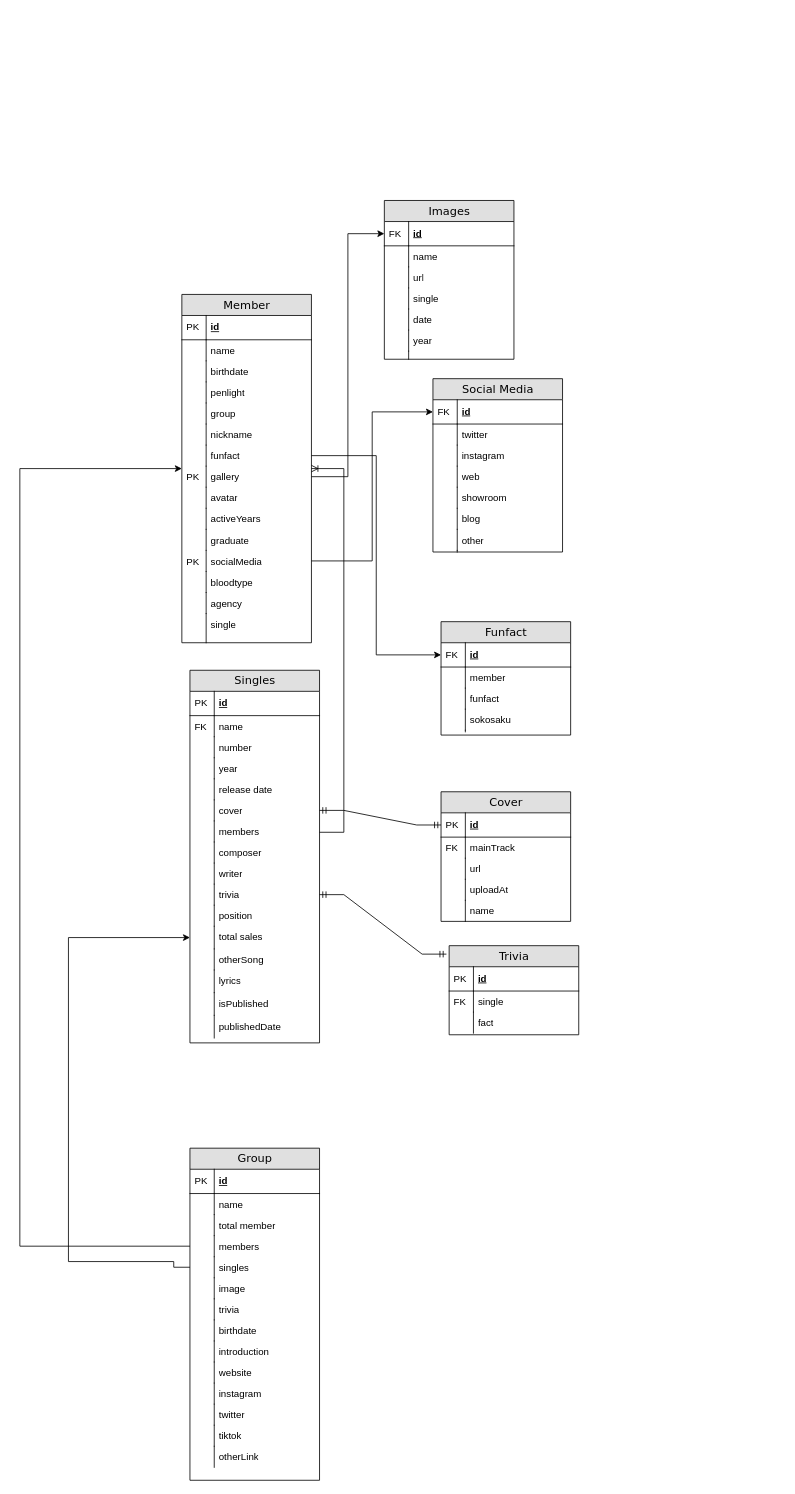
dwissaaj/sakamichi-be keeps this draw.io diagram as assets/Sakamichi ver 2.drawio.xml. Above is the earlier version. Source tidied: cells renumbered, new cells numbered last; positions are measured from the earlier drawing's top-left corner, leaving out a move shared by most shapes. Both pictures are drawn from the tidied source at 81%, with x=0, y=0 at pixel (19, 200).
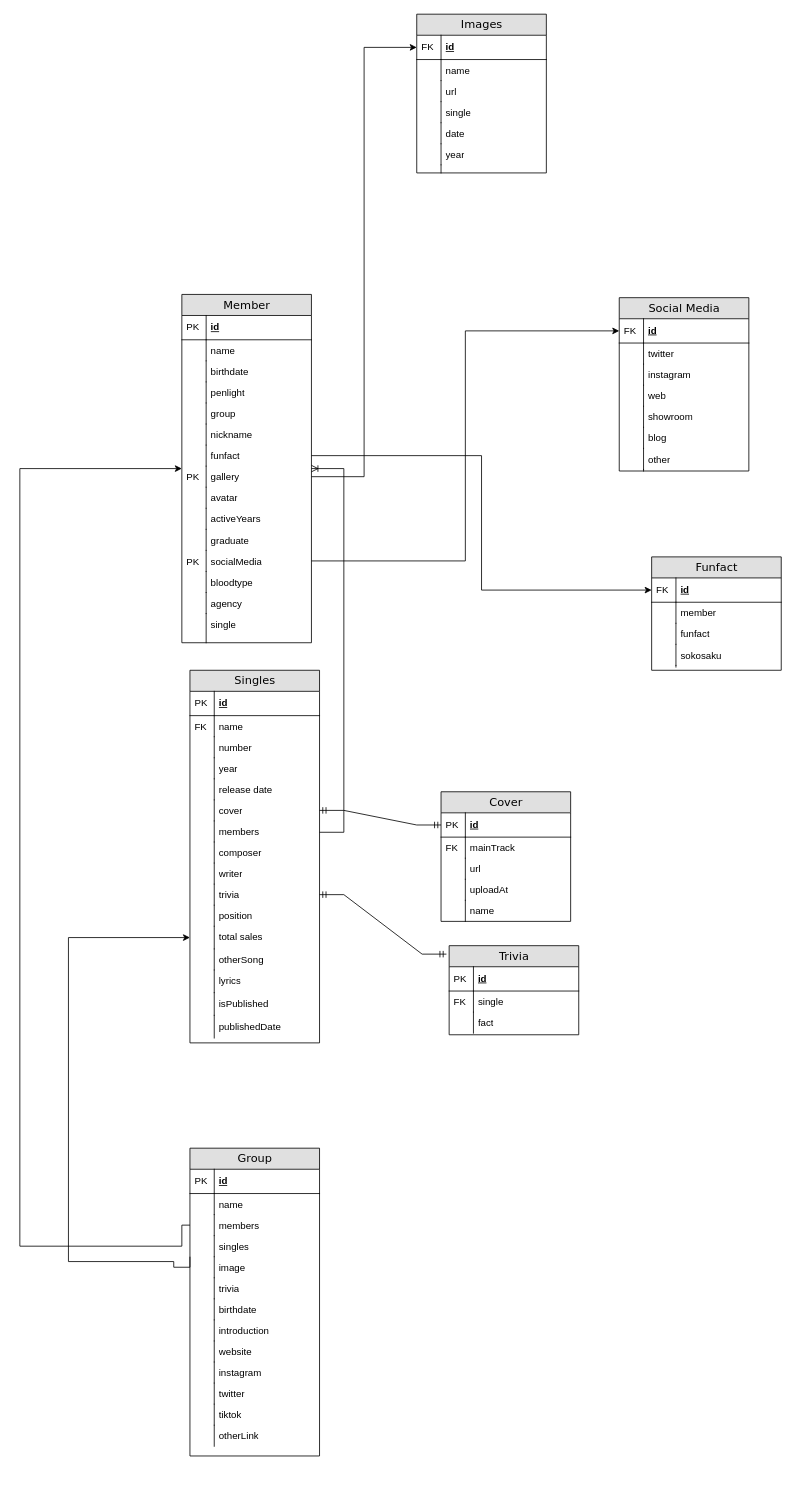
Above is the later version.

The change refers to these unchanged cells:
```xml
<mxCell id="17" value="Member" style="swimlane;html=1;fontStyle=0;horizontal=1;startSize=26;fillColor=#e0e0e0;swimlaneFillColor=#ffffff;align=center;rounded=0;shadow=0;comic=0;labelBackgroundColor=none;strokeWidth=1;fontFamily=Verdana;fontSize=14;" parent="1" vertex="1">
  <mxGeometry x="200" y="116" width="160" height="430" as="geometry" />
</mxCell>
<mxCell id="79" value="Singles" style="swimlane;html=1;fontStyle=0;horizontal=1;startSize=26;fillColor=#e0e0e0;swimlaneFillColor=#ffffff;align=center;rounded=0;shadow=0;comic=0;labelBackgroundColor=none;strokeWidth=1;fontFamily=Verdana;fontSize=14;" parent="1" vertex="1">
  <mxGeometry x="210" y="580" width="160" height="460" as="geometry" />
</mxCell>
```

Change to the diagram source:
```diff
@@
     <mxCell id="2" value="Images" style="swimlane;html=1;fontStyle=0;horizontal=1;startSize=26;fillColor=#e0e0e0;swimlaneFillColor=#ffffff;align=center;rounded=0;shadow=0;comic=0;labelBackgroundColor=none;strokeWidth=1;fontFamily=Verdana;fontSize=14;" parent="1" vertex="1">
-      <mxGeometry x="450" width="160" height="196" as="geometry" />
+      <mxGeometry x="490" y="-230" width="160" height="196" as="geometry" />
     </mxCell>
@@
     <mxCell id="49" value="Social Media" style="swimlane;html=1;fontStyle=0;horizontal=1;startSize=26;fillColor=#e0e0e0;swimlaneFillColor=#ffffff;align=center;rounded=0;shadow=0;comic=0;labelBackgroundColor=none;strokeWidth=1;fontFamily=Verdana;fontSize=14;" parent="1" vertex="1">
-      <mxGeometry x="510" y="220" width="160" height="214" as="geometry" />
+      <mxGeometry x="740" y="120" width="160" height="214" as="geometry" />
     </mxCell>
@@
     <mxCell id="67" value="Funfact" style="swimlane;html=1;fontStyle=0;horizontal=1;startSize=26;fillColor=#e0e0e0;swimlaneFillColor=#ffffff;align=center;rounded=0;shadow=0;comic=0;labelBackgroundColor=none;strokeWidth=1;fontFamily=Verdana;fontSize=14;" parent="1" vertex="1">
-      <mxGeometry x="520" y="520" width="160" height="140" as="geometry" />
+      <mxGeometry x="780" y="440" width="160" height="140" as="geometry" />
     </mxCell>
@@
     <mxCell id="124" value="Group" style="swimlane;html=1;fontStyle=0;horizontal=1;startSize=26;fillColor=#e0e0e0;swimlaneFillColor=#ffffff;align=center;rounded=0;shadow=0;comic=0;labelBackgroundColor=none;strokeWidth=1;fontFamily=Verdana;fontSize=14;" parent="1" vertex="1">
-      <mxGeometry x="210" y="1170" width="160" height="410" as="geometry" />
+      <mxGeometry x="210" y="1170" width="160" height="380" as="geometry" />
     </mxCell>
@@
-    <mxCell id="129" value="total member" style="shape=partialRectangle;top=0;left=0;right=0;bottom=0;html=1;align=left;verticalAlign=top;fillColor=none;spacingLeft=34;spacingRight=4;whiteSpace=wrap;overflow=hidden;" parent="124" vertex="1">
-      <mxGeometry y="82" width="160" height="26" as="geometry" />
-    </mxCell>
-    <mxCell id="130" style="shape=partialRectangle;top=0;left=0;bottom=0;html=1;fillColor=none;align=left;verticalAlign=top;spacingLeft=4;spacingRight=4;whiteSpace=wrap;overflow=hidden;" parent="129" vertex="1">
-      <mxGeometry width="30" height="26" as="geometry" />
-    </mxCell>
     <mxCell id="131" value="members" style="shape=partialRectangle;top=0;left=0;right=0;bottom=0;html=1;align=left;verticalAlign=top;fillColor=none;spacingLeft=34;spacingRight=4;whiteSpace=wrap;overflow=hidden;points=[[0,0.5],[1,0.5]];portConstraint=eastwest;" parent="124" vertex="1">
-      <mxGeometry y="108" width="160" height="26" as="geometry" />
+      <mxGeometry y="82" width="160" height="26" as="geometry" />
     </mxCell>
@@
     <mxCell id="133" value="singles" style="shape=partialRectangle;top=0;left=0;right=0;bottom=0;html=1;align=left;verticalAlign=top;fillColor=none;spacingLeft=34;spacingRight=4;whiteSpace=wrap;overflow=hidden;points=[[0,0.5],[1,0.5]];portConstraint=eastwest;" parent="124" vertex="1">
-      <mxGeometry y="134" width="160" height="26" as="geometry" />
+      <mxGeometry y="108" width="160" height="26" as="geometry" />
     </mxCell>
@@
     <mxCell id="135" value="image" style="shape=partialRectangle;top=0;left=0;right=0;bottom=0;html=1;align=left;verticalAlign=top;fillColor=none;spacingLeft=34;spacingRight=4;whiteSpace=wrap;overflow=hidden;" parent="124" vertex="1">
-      <mxGeometry y="160" width="160" height="26" as="geometry" />
+      <mxGeometry y="134" width="160" height="26" as="geometry" />
     </mxCell>
@@
     <mxCell id="137" value="trivia" style="shape=partialRectangle;top=0;left=0;right=0;bottom=0;html=1;align=left;verticalAlign=top;fillColor=none;spacingLeft=34;spacingRight=4;whiteSpace=wrap;overflow=hidden;" parent="124" vertex="1">
-      <mxGeometry y="186" width="160" height="26" as="geometry" />
+      <mxGeometry y="160" width="160" height="26" as="geometry" />
     </mxCell>
@@
     <mxCell id="139" value="birthdate" style="shape=partialRectangle;top=0;left=0;right=0;bottom=0;html=1;align=left;verticalAlign=top;fillColor=none;spacingLeft=34;spacingRight=4;whiteSpace=wrap;overflow=hidden;" parent="124" vertex="1">
-      <mxGeometry y="212" width="160" height="26" as="geometry" />
+      <mxGeometry y="186" width="160" height="26" as="geometry" />
     </mxCell>
@@
     <mxCell id="141" value="introduction" style="shape=partialRectangle;top=0;left=0;right=0;bottom=0;html=1;align=left;verticalAlign=top;fillColor=none;spacingLeft=34;spacingRight=4;whiteSpace=wrap;overflow=hidden;" parent="124" vertex="1">
-      <mxGeometry y="238" width="160" height="26" as="geometry" />
+      <mxGeometry y="212" width="160" height="26" as="geometry" />
     </mxCell>
@@
     <mxCell id="143" value="website" style="shape=partialRectangle;top=0;left=0;right=0;bottom=0;html=1;align=left;verticalAlign=top;fillColor=none;spacingLeft=34;spacingRight=4;whiteSpace=wrap;overflow=hidden;" parent="124" vertex="1">
-      <mxGeometry y="264" width="160" height="26" as="geometry" />
+      <mxGeometry y="238" width="160" height="26" as="geometry" />
     </mxCell>
@@
     <mxCell id="145" value="instagram" style="shape=partialRectangle;top=0;left=0;right=0;bottom=0;html=1;align=left;verticalAlign=top;fillColor=none;spacingLeft=34;spacingRight=4;whiteSpace=wrap;overflow=hidden;" parent="124" vertex="1">
-      <mxGeometry y="290" width="160" height="26" as="geometry" />
+      <mxGeometry y="264" width="160" height="26" as="geometry" />
     </mxCell>
@@
     <mxCell id="147" value="twitter" style="shape=partialRectangle;top=0;left=0;right=0;bottom=0;html=1;align=left;verticalAlign=top;fillColor=none;spacingLeft=34;spacingRight=4;whiteSpace=wrap;overflow=hidden;" parent="124" vertex="1">
-      <mxGeometry y="316" width="160" height="26" as="geometry" />
+      <mxGeometry y="290" width="160" height="26" as="geometry" />
     </mxCell>
@@
     <mxCell id="149" value="tiktok" style="shape=partialRectangle;top=0;left=0;right=0;bottom=0;html=1;align=left;verticalAlign=top;fillColor=none;spacingLeft=34;spacingRight=4;whiteSpace=wrap;overflow=hidden;" parent="124" vertex="1">
-      <mxGeometry y="342" width="160" height="26" as="geometry" />
+      <mxGeometry y="316" width="160" height="26" as="geometry" />
     </mxCell>
@@
     <mxCell id="151" value="otherLink" style="shape=partialRectangle;top=0;left=0;right=0;bottom=0;html=1;align=left;verticalAlign=top;fillColor=none;spacingLeft=34;spacingRight=4;whiteSpace=wrap;overflow=hidden;" parent="124" vertex="1">
-      <mxGeometry y="368" width="160" height="26" as="geometry" />
+      <mxGeometry y="342" width="160" height="26" as="geometry" />
     </mxCell>
@@
     <mxCell id="153" style="edgeStyle=orthogonalEdgeStyle;rounded=0;jettySize=auto;html=1;" parent="1" edge="1" source="131" target="17">
       <mxGeometry relative="1" as="geometry">
         <Array as="points">
+          <mxPoint x="200" y="1265" />
+          <mxPoint x="200" y="1291" />
           <mxPoint y="1291" />
           <mxPoint y="331" />
         </Array>
       </mxGeometry>
     </mxCell>
     <mxCell id="154" style="edgeStyle=orthogonalEdgeStyle;rounded=0;jettySize=auto;html=1;" parent="1" edge="1" source="133" target="79">
       <mxGeometry relative="1" as="geometry">
         <Array as="points">
+          <mxPoint x="210" y="1317" />
           <mxPoint x="190" y="1317" />
           <mxPoint x="190" y="1310" />
           <mxPoint x="60" y="1310" />
           <mxPoint x="60" y="910" />
         </Array>
       </mxGeometry>
     </mxCell>
```
